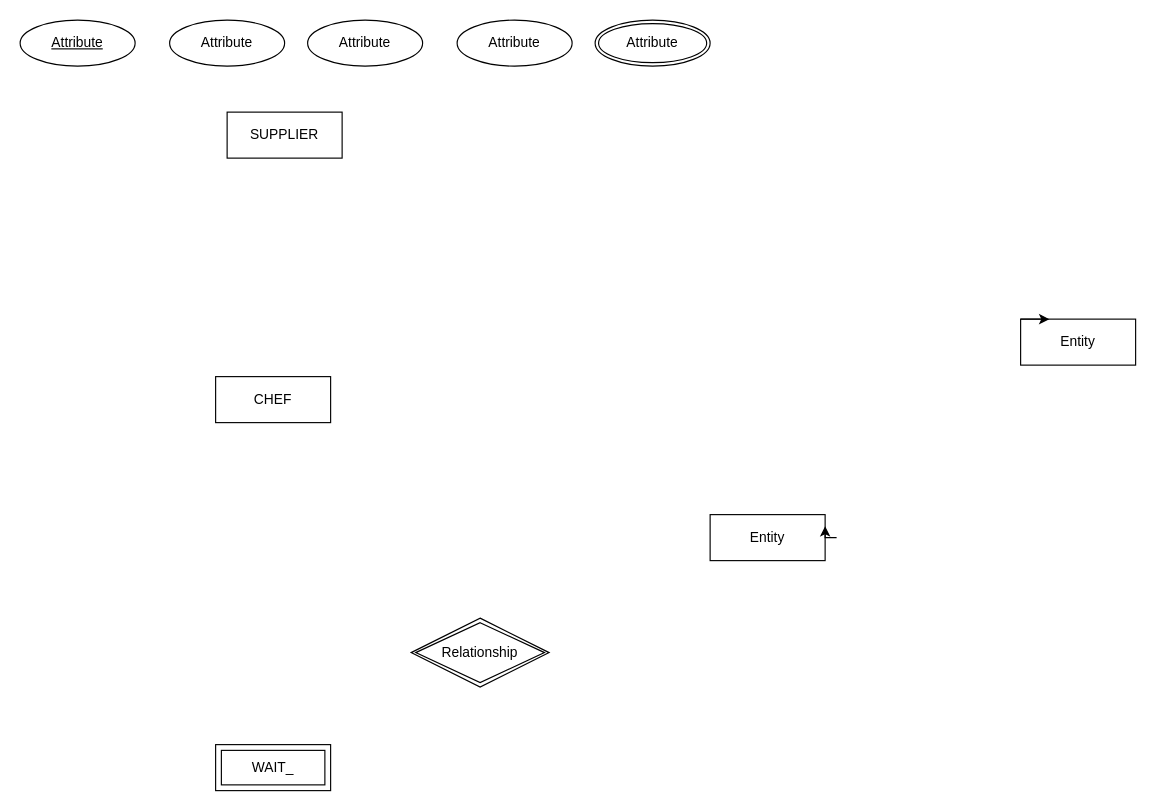
Above: Untitled Diagram.drawio in Jack-UNSW/ohmyzsh (draw.io), before the change. Source tidied: cells renumbered, new cells numbered last; positions are measured from the earlier drawing's top-left corner, leaving out a move shared by most shapes. Both pictures are drawn from the tidied source at 115%, with x=0, y=0 at pixel (20, 20).
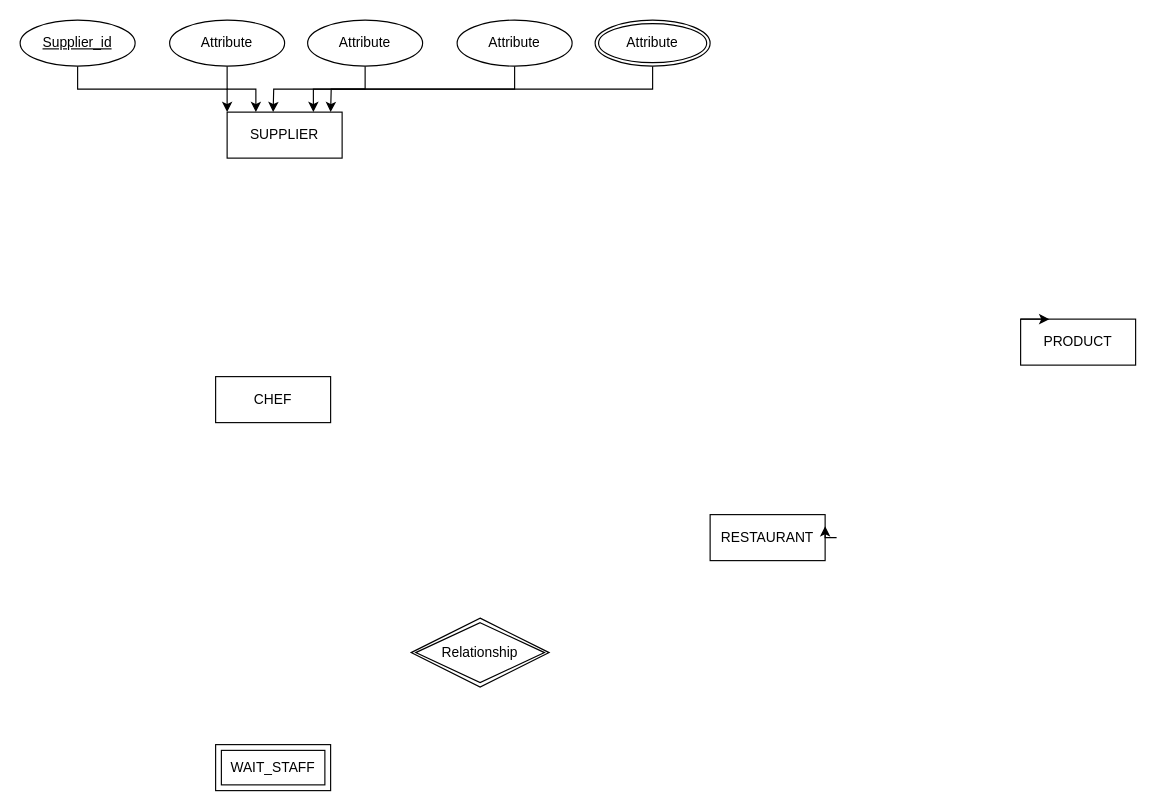
The same diagram, later.

Unchanged cells that the change refers to:
```xml
<mxCell id="2" value="SUPPLIER" style="whiteSpace=wrap;html=1;align=center;" parent="1" vertex="1">
  <mxGeometry x="180" y="80" width="100" height="40" as="geometry" />
</mxCell>
<mxCell id="11" value="Attribute" style="ellipse;whiteSpace=wrap;html=1;align=center;" parent="1" vertex="1">
  <mxGeometry x="130" width="100" height="40" as="geometry" />
</mxCell>
<mxCell id="12" value="Attribute" style="ellipse;whiteSpace=wrap;html=1;align=center;" parent="1" vertex="1">
  <mxGeometry x="250" width="100" height="40" as="geometry" />
</mxCell>
<mxCell id="13" value="Attribute" style="ellipse;whiteSpace=wrap;html=1;align=center;" parent="1" vertex="1">
  <mxGeometry x="380" width="100" height="40" as="geometry" />
</mxCell>
<mxCell id="14" value="Attribute" style="ellipse;shape=doubleEllipse;margin=3;whiteSpace=wrap;html=1;align=center;" parent="1" vertex="1">
  <mxGeometry x="500" width="100" height="40" as="geometry" />
</mxCell>
```

Change to the diagram source:
```diff
@@
-    <mxCell id="3" value="Entity" style="whiteSpace=wrap;html=1;align=center;" parent="1" vertex="1">
+    <mxCell id="3" value="PRODUCT" style="whiteSpace=wrap;html=1;align=center;" parent="1" vertex="1">
       <mxGeometry x="870" y="260" width="100" height="40" as="geometry" />
     </mxCell>
-    <mxCell id="4" value="Entity" style="whiteSpace=wrap;html=1;align=center;" parent="1" vertex="1">
+    <mxCell id="4" value="RESTAURANT" style="whiteSpace=wrap;html=1;align=center;" parent="1" vertex="1">
       <mxGeometry x="600" y="430" width="100" height="40" as="geometry" />
     </mxCell>
@@
-    <mxCell id="6" value="WAIT_" style="shape=ext;margin=3;double=1;whiteSpace=wrap;html=1;align=center;" parent="1" vertex="1">
+    <mxCell id="6" value="WAIT_STAFF" style="shape=ext;margin=3;double=1;whiteSpace=wrap;html=1;align=center;" parent="1" vertex="1">
       <mxGeometry x="170" y="630" width="100" height="40" as="geometry" />
     </mxCell>
@@
+    <mxCell id="15" style="edgeStyle=orthogonalEdgeStyle;rounded=0;jettySize=auto;html=1;exitX=0.5;exitY=1;exitDx=0;exitDy=0;entryX=0;entryY=0;entryDx=0;entryDy=0;" parent="1" edge="1" source="10" target="2">
+      <mxGeometry relative="1" as="geometry" />
+    </mxCell>
-    <mxCell id="10" value="Attribute" style="ellipse;whiteSpace=wrap;html=1;align=center;fontStyle=4;" parent="1" vertex="1">
+    <mxCell id="10" value="Supplier_id" style="ellipse;whiteSpace=wrap;html=1;align=center;fontStyle=4;" parent="1" vertex="1">
       <mxGeometry width="100" height="40" as="geometry" />
     </mxCell>
+    <mxCell id="16" style="edgeStyle=orthogonalEdgeStyle;rounded=0;jettySize=auto;html=1;exitX=0.5;exitY=1;exitDx=0;exitDy=0;entryX=0.25;entryY=0;entryDx=0;entryDy=0;" parent="1" edge="1" source="11" target="2">
+      <mxGeometry relative="1" as="geometry" />
+    </mxCell>
@@
+    <mxCell id="17" style="edgeStyle=orthogonalEdgeStyle;rounded=0;jettySize=auto;html=1;exitX=0.5;exitY=1;exitDx=0;exitDy=0;" parent="1" edge="1" source="12">
+      <mxGeometry relative="1" as="geometry">
+        <mxPoint x="220" y="80" as="targetPoint" />
+      </mxGeometry>
+    </mxCell>
@@
+    <mxCell id="18" style="edgeStyle=orthogonalEdgeStyle;rounded=0;jettySize=auto;html=1;exitX=0.5;exitY=1;exitDx=0;exitDy=0;entryX=0.75;entryY=0;entryDx=0;entryDy=0;" parent="1" edge="1" source="13" target="2">
+      <mxGeometry relative="1" as="geometry" />
+    </mxCell>
@@
+    <mxCell id="19" style="edgeStyle=orthogonalEdgeStyle;rounded=0;jettySize=auto;html=1;exitX=0.5;exitY=1;exitDx=0;exitDy=0;" parent="1" edge="1" source="14">
+      <mxGeometry relative="1" as="geometry">
+        <mxPoint x="270" y="80" as="targetPoint" />
+      </mxGeometry>
+    </mxCell>
```
